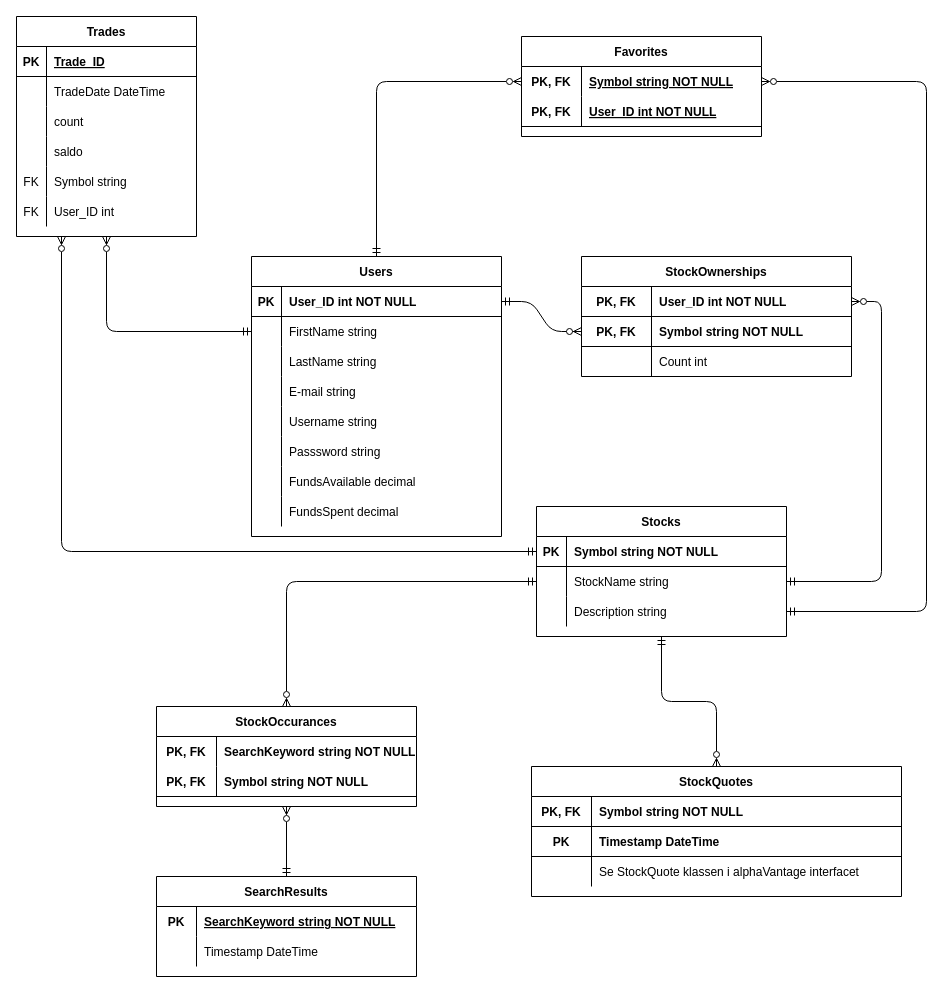
Above: page "Page-1" (1 of 3) of doc/ER_model_forslag_Bernt.drawio in B-Moritz/Webapplikasjoner_oblig (draw.io), before the change. Source tidied: cells renumbered, new cells numbered last; positions are measured from the earlier drawing's top-left corner, leaving out a move shared by most shapes. Both pictures are drawn from the tidied source at 100%, with x=0, y=0 at pixel (16, 16).
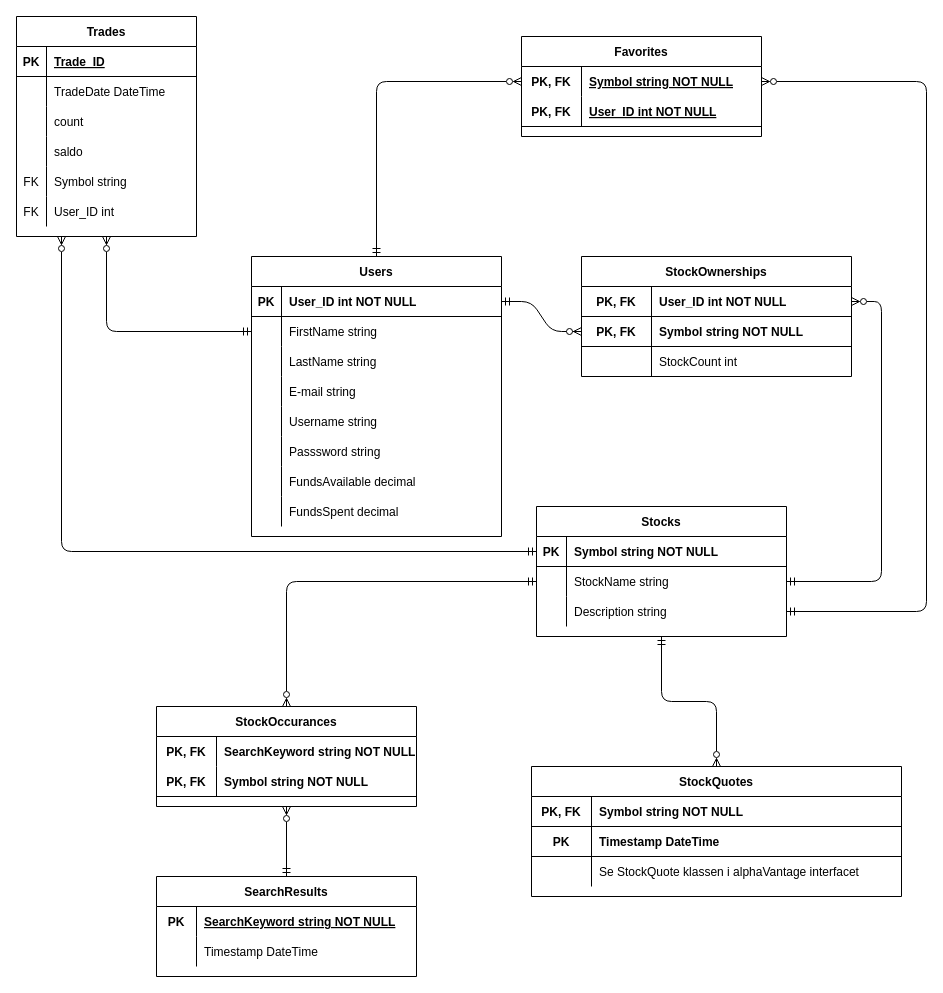
Above is the later version.

The change refers to these unchanged cells:
```xml
<mxCell id="11" style="shape=partialRectangle;fillColor=none;top=0;left=0;right=0;bottom=0;" parent="4" vertex="1">
  <mxGeometry y="90" width="270" height="30" as="geometry" />
</mxCell>
```

The edit, as a diff of the source:
```diff
@@
-    <mxCell id="13" value="Count int" style="shape=partialRectangle;overflow=hidden;fillColor=none;top=0;left=0;bottom=0;right=0;align=left;spacingLeft=6;" parent="11" vertex="1">
+    <mxCell id="13" value="StockCount int" style="shape=partialRectangle;overflow=hidden;fillColor=none;top=0;left=0;bottom=0;right=0;align=left;spacingLeft=6;" parent="11" vertex="1">
       <mxGeometry x="70" width="200" height="30" as="geometry" />
     </mxCell>
```
